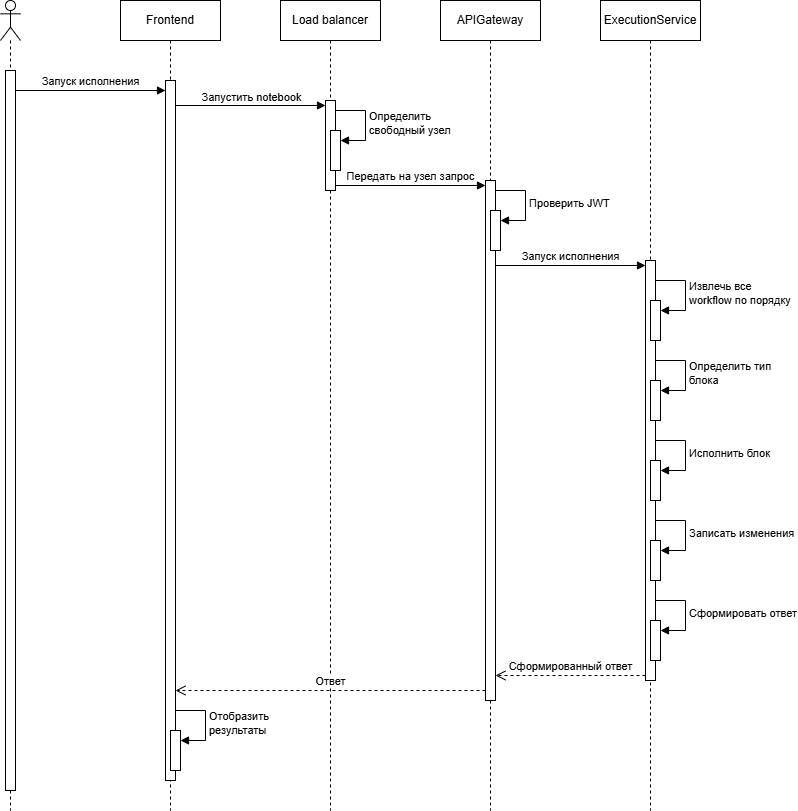
This is docs/UML_последовательности_исполнение.png from Michail19/FlowAct, a draw.io export, as it was before one commit. Source tidied: cells renumbered, new cells last; positions are measured from the earlier drawing's top-left corner, leaving out a move shared by most shapes.
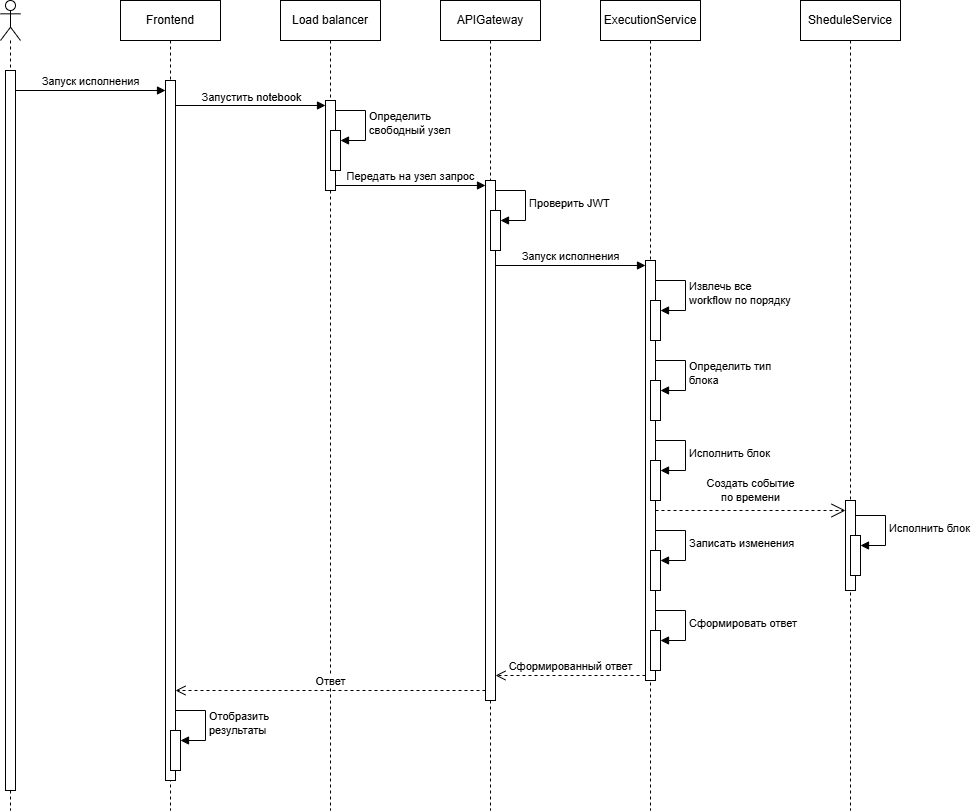
Above is the later version.

What changed in the source:
```diff
@@ -82,24 +82,24 @@
       </mxGeometry>
     </mxCell>
     <mxCell id="20" style="html=1;points=[[0,0,0,0,5],[0,1,0,0,-5],[1,0,0,0,5],[1,1,0,0,-5]];perimeter=orthogonalPerimeter;outlineConnect=0;targetShapes=umlLifeline;portConstraint=eastwest;newEdgeStyle={&quot;curved&quot;:0,&quot;rounded&quot;:0};" parent="12" vertex="1">
-      <mxGeometry x="50" y="540" width="10" height="40" as="geometry" />
+      <mxGeometry x="50" y="550" width="10" height="40" as="geometry" />
     </mxCell>
     <mxCell id="21" value="Записать изменения" style="html=1;align=left;spacingLeft=2;endArrow=block;rounded=0;edgeStyle=orthogonalEdgeStyle;curved=0;rounded=0;" parent="12" edge="1" target="20">
       <mxGeometry relative="1" as="geometry">
-        <mxPoint x="55" y="520" as="sourcePoint" />
+        <mxPoint x="55" y="530" as="sourcePoint" />
         <Array as="points">
-          <mxPoint x="85" y="550" />
+          <mxPoint x="85" y="560" />
         </Array>
       </mxGeometry>
     </mxCell>
     <mxCell id="22" style="html=1;points=[[0,0,0,0,5],[0,1,0,0,-5],[1,0,0,0,5],[1,1,0,0,-5]];perimeter=orthogonalPerimeter;outlineConnect=0;targetShapes=umlLifeline;portConstraint=eastwest;newEdgeStyle={&quot;curved&quot;:0,&quot;rounded&quot;:0};" parent="12" vertex="1">
-      <mxGeometry x="50" y="620" width="10" height="40" as="geometry" />
+      <mxGeometry x="50" y="630" width="10" height="40" as="geometry" />
     </mxCell>
     <mxCell id="23" value="Сформировать ответ" style="html=1;align=left;spacingLeft=2;endArrow=block;rounded=0;edgeStyle=orthogonalEdgeStyle;curved=0;rounded=0;" parent="12" edge="1" target="22">
       <mxGeometry relative="1" as="geometry">
-        <mxPoint x="55" y="600" as="sourcePoint" />
+        <mxPoint x="55" y="610" as="sourcePoint" />
         <Array as="points">
-          <mxPoint x="85" y="630" />
+          <mxPoint x="85" y="640" />
         </Array>
       </mxGeometry>
     </mxCell>
@@ -153,5 +153,28 @@
         <mxPoint x="175" y="690" as="targetPoint" />
       </mxGeometry>
     </mxCell>
+    <mxCell id="35" value="SheduleService" style="shape=umlLifeline;perimeter=lifelinePerimeter;whiteSpace=wrap;html=1;newEdgeStyle={&quot;curved&quot;:0,&quot;rounded&quot;:0};" parent="1" vertex="1">
+      <mxGeometry x="800" width="100" height="810" as="geometry" />
+    </mxCell>
+    <mxCell id="36" style="html=1;perimeter=orthogonalPerimeter;targetShapes=umlLifeline;newEdgeStyle={&quot;curved&quot;:0,&quot;rounded&quot;:0};" parent="35" vertex="1">
+      <mxGeometry x="45" y="500" width="10" height="90" as="geometry" />
+    </mxCell>
+    <mxCell id="37" style="html=1;points=[[0,0,0,0,5],[0,1,0,0,-5],[1,0,0,0,5],[1,1,0,0,-5]];perimeter=orthogonalPerimeter;outlineConnect=0;targetShapes=umlLifeline;portConstraint=eastwest;newEdgeStyle={&quot;curved&quot;:0,&quot;rounded&quot;:0};" parent="35" vertex="1">
+      <mxGeometry x="50" y="535" width="10" height="40" as="geometry" />
+    </mxCell>
+    <mxCell id="38" value="Исполнить блок" style="html=1;align=left;spacingLeft=2;endArrow=block;rounded=0;edgeStyle=orthogonalEdgeStyle;curved=0;rounded=0;" parent="35" edge="1" target="37">
+      <mxGeometry x="0.01" relative="1" as="geometry">
+        <mxPoint x="55" y="515" as="sourcePoint" />
+        <Array as="points">
+          <mxPoint x="85" y="545" />
+        </Array>
+      </mxGeometry>
+    </mxCell>
+    <mxCell id="39" value="Создать событие&lt;div&gt;по времени&lt;/div&gt;" style="endArrow=open;endSize=12;dashed=1;html=1;rounded=0;" parent="1" edge="1">
+      <mxGeometry y="20" relative="1" as="geometry">
+        <mxPoint x="655" y="510" as="sourcePoint" />
+        <mxPoint x="845" y="510" as="targetPoint" />
+      </mxGeometry>
+    </mxCell>
   </root>
 </mxGraphModel>
```
